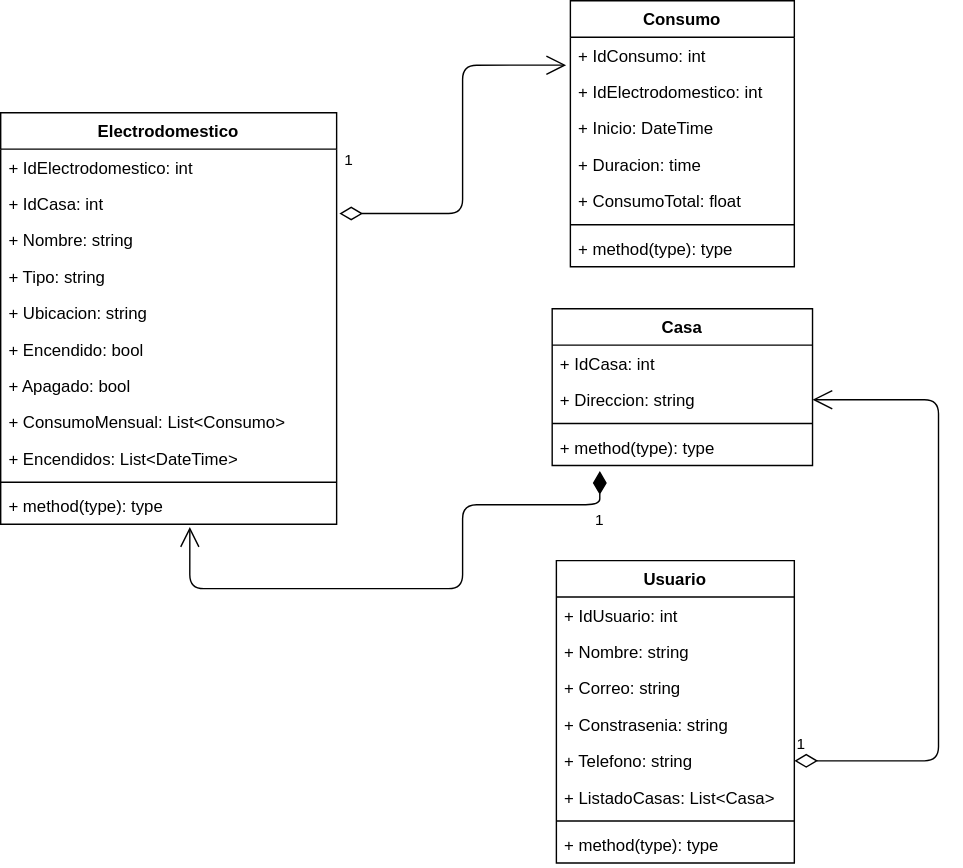
Katt4722/BD_DomoticaBD keeps this draw.io diagram as doc/Diagram.drawio.svg. Above is the earlier version. Source tidied: cells renumbered, new cells last; positions are measured from the earlier drawing's top-left corner, leaving out a move shared by most shapes.
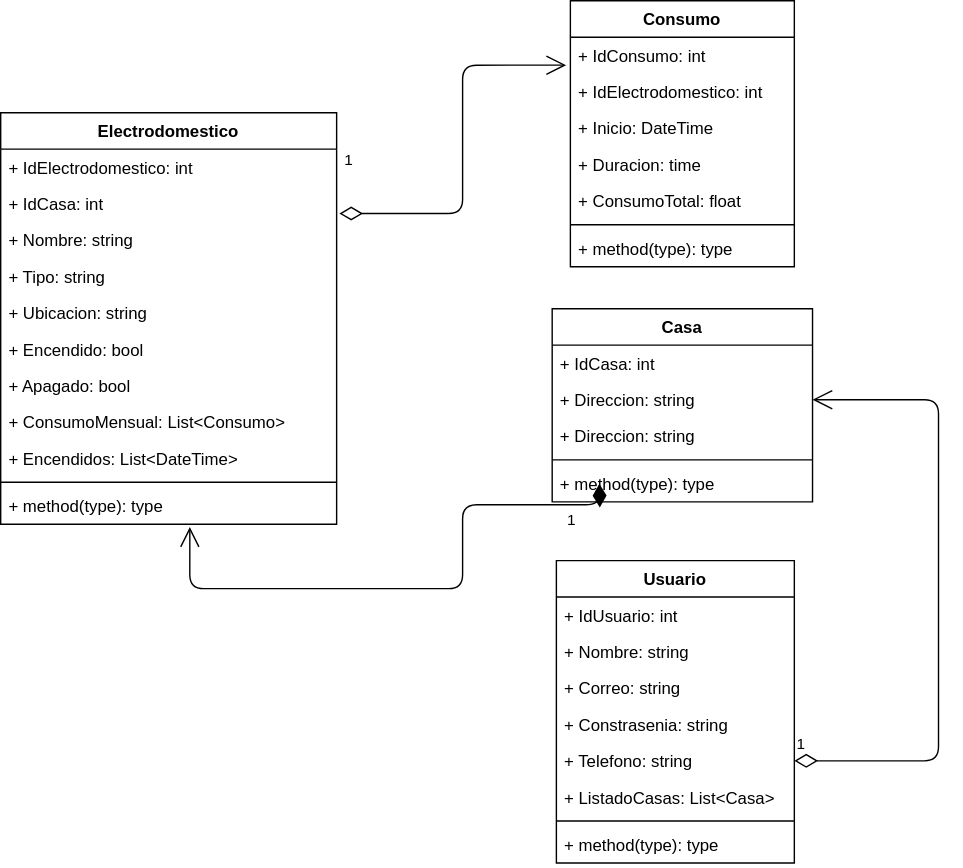
Later version of the same file.

The edit, as a diff of the source:
```diff
@@ -90,7 +90,7 @@
       <mxGeometry y="164" width="160" height="26" as="geometry" />
     </mxCell>
     <mxCell id="31" value="Casa" style="swimlane;fontStyle=1;align=center;verticalAlign=top;horizontal=1;startSize=26;" parent="1" vertex="1">
-      <mxGeometry x="394" y="220" width="186" height="112" as="geometry" />
+      <mxGeometry x="394" y="220" width="186" height="138" as="geometry" />
     </mxCell>
     <mxCell id="32" value="+ IdCasa: int" style="text;strokeColor=none;fillColor=none;align=left;verticalAlign=top;spacingLeft=4;spacingRight=4;overflow=hidden;" parent="31" vertex="1">
       <mxGeometry y="26" width="186" height="26" as="geometry" />
@@ -98,11 +98,14 @@
     <mxCell id="33" value="+ Direccion: string" style="text;strokeColor=none;fillColor=none;align=left;verticalAlign=top;spacingLeft=4;spacingRight=4;overflow=hidden;points=[[0,0.5],[1,0.5]];portConstraint=eastwest;" parent="31" vertex="1">
       <mxGeometry y="52" width="186" height="26" as="geometry" />
     </mxCell>
+    <mxCell id="39" value="+ Direccion: string" style="text;strokeColor=none;fillColor=none;align=left;verticalAlign=top;spacingLeft=4;spacingRight=4;overflow=hidden;" parent="31" vertex="1">
+      <mxGeometry y="78" width="186" height="26" as="geometry" />
+    </mxCell>
     <mxCell id="34" style="line;strokeWidth=1;fillColor=none;align=left;verticalAlign=middle;spacingTop=-1;spacingLeft=3;spacingRight=3;labelPosition=right;strokeColor=inherit;" parent="31" vertex="1">
-      <mxGeometry y="78" width="186" height="8" as="geometry" />
+      <mxGeometry y="104" width="186" height="8" as="geometry" />
     </mxCell>
     <mxCell id="35" value="+ method(type): type" style="text;strokeColor=none;fillColor=none;align=left;verticalAlign=top;spacingLeft=4;spacingRight=4;overflow=hidden;points=[[0,0.5],[1,0.5]];portConstraint=eastwest;" parent="31" vertex="1">
-      <mxGeometry y="86" width="186" height="26" as="geometry" />
+      <mxGeometry y="112" width="186" height="26" as="geometry" />
     </mxCell>
     <mxCell id="36" value="1" style="endArrow=open;html=1;endSize=12;startArrow=diamondThin;startSize=14;startFill=0;edgeStyle=orthogonalEdgeStyle;align=left;verticalAlign=bottom;exitX=1;exitY=0.5;exitDx=0;exitDy=0;entryX=1;entryY=0.5;entryDx=0;entryDy=0;" parent="1" edge="1" source="19" target="33">
       <mxGeometry x="-1" y="3" relative="1" as="geometry">
```
